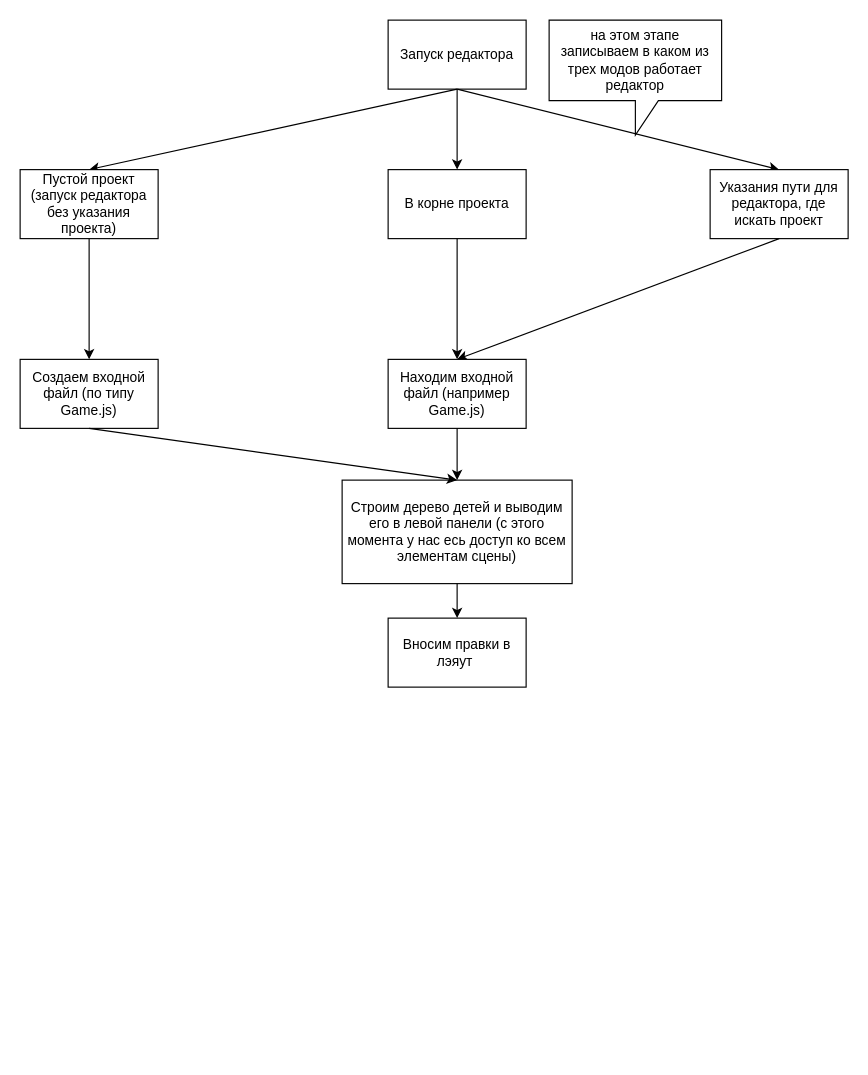
Above: General flow.drawio in MatthewKarpenko/LayoutEditor-diagrams (draw.io), before the change. Source tidied: cells renumbered, new cells numbered last; positions are measured from the earlier drawing's top-left corner, leaving out a move shared by most shapes. Both pictures are drawn from the tidied source at 115%, with x=0, y=0 at pixel (20, 20).
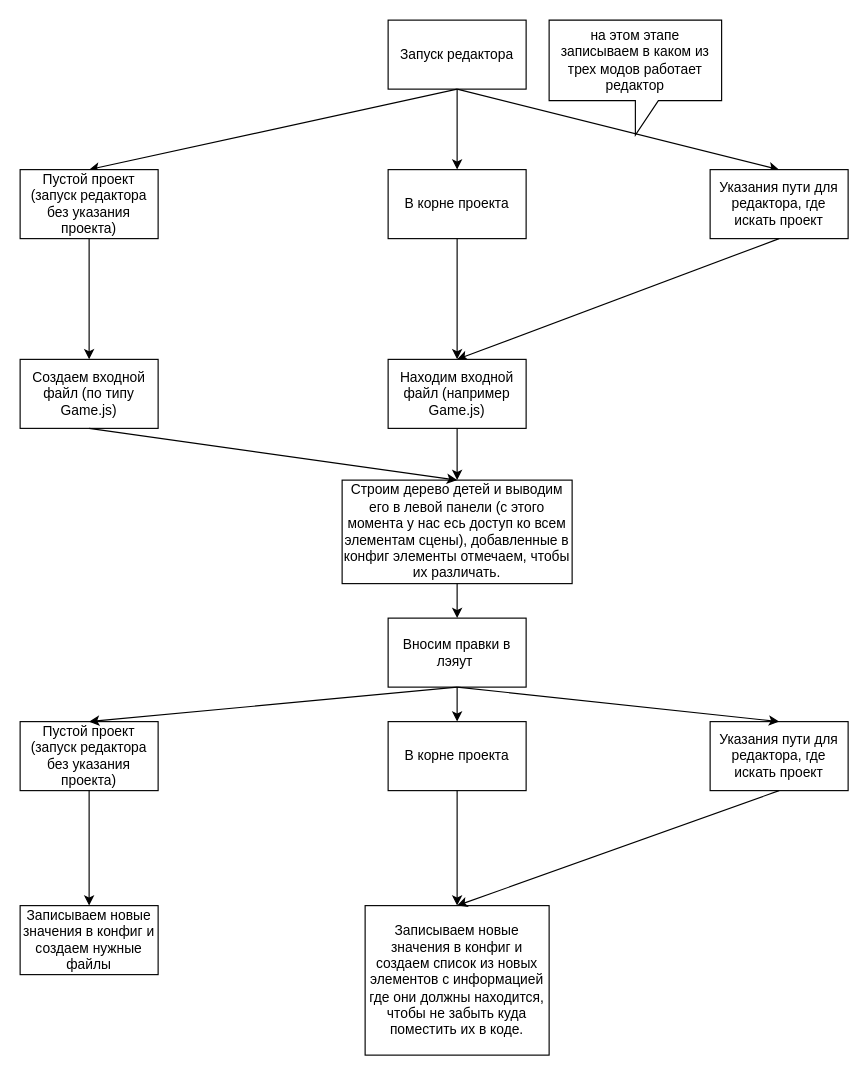
The same page after the edit.

The change refers to these unchanged cells:
```xml
<mxCell id="18" value="Вносим правки в лэяут&amp;nbsp;" style="rounded=0;whiteSpace=wrap;html=1;" parent="1" vertex="1">
  <mxGeometry x="320" y="520" width="120" height="60" as="geometry" />
</mxCell>
```

Diff of the diagram source:
```diff
@@
-    <mxCell id="15" value="Строим дерево детей и выводим его в левой панели (с этого момента у нас есь доступ ко всем элементам сцены)" style="rounded=0;whiteSpace=wrap;html=1;" parent="1" vertex="1">
+    <mxCell id="15" value="Строим дерево детей и выводим его в левой панели (с этого момента у нас есь доступ ко всем элементам сцены), добавленные в конфиг элементы отмечаем, чтобы их различать." style="rounded=0;whiteSpace=wrap;html=1;" parent="1" vertex="1">
       <mxGeometry x="280" y="400" width="200" height="90" as="geometry" />
     </mxCell>
@@
+    <mxCell id="20" style="edgeStyle=orthogonalEdgeStyle;rounded=0;jettySize=auto;html=1;exitX=0.5;exitY=1;exitDx=0;exitDy=0;entryX=0.5;entryY=0;entryDx=0;entryDy=0;" parent="1" edge="1" source="18" target="21">
+      <mxGeometry relative="1" as="geometry" />
+    </mxCell>
@@
+    <mxCell id="21" value="В корне проекта" style="rounded=0;whiteSpace=wrap;html=1;" parent="1" vertex="1">
+      <mxGeometry x="320" y="610" width="120" height="60" as="geometry" />
+    </mxCell>
+    <mxCell id="22" value="Пустой проект (запуск редактора без указания проекта)" style="rounded=0;whiteSpace=wrap;html=1;" parent="1" vertex="1">
+      <mxGeometry y="610" width="120" height="60" as="geometry" />
+    </mxCell>
+    <mxCell id="23" value="Указания пути для редактора, где искать проект" style="rounded=0;whiteSpace=wrap;html=1;" parent="1" vertex="1">
+      <mxGeometry x="600" y="610" width="120" height="60" as="geometry" />
+    </mxCell>
+    <mxCell id="24" style="endArrow=classic;html=1;exitX=0.5;exitY=1;exitDx=0;exitDy=0;entryX=0.5;entryY=0;entryDx=0;entryDy=0;" parent="1" edge="1" source="18" target="23">
+      <mxGeometry relative="1" as="geometry" />
+    </mxCell>
+    <mxCell id="25" style="endArrow=classic;html=1;entryX=0.5;entryY=0;entryDx=0;entryDy=0;exitX=0.5;exitY=1;exitDx=0;exitDy=0;" parent="1" edge="1" source="18" target="22">
+      <mxGeometry relative="1" as="geometry" />
+    </mxCell>
+    <mxCell id="26" value="Записываем новые значения в конфиг и создаем список из новых элементов с информацией где они должны находится, чтобы не забыть куда поместить их в коде." style="rounded=0;whiteSpace=wrap;html=1;" parent="1" vertex="1">
+      <mxGeometry x="300" y="770" width="160" height="130" as="geometry" />
+    </mxCell>
+    <mxCell id="27" value="Записываем новые значения в конфиг и создаем нужные файлы" style="rounded=0;whiteSpace=wrap;html=1;" parent="1" vertex="1">
+      <mxGeometry y="770" width="120" height="60" as="geometry" />
+    </mxCell>
+    <mxCell id="28" style="endArrow=classic;html=1;exitX=0.5;exitY=1;exitDx=0;exitDy=0;entryX=0.5;entryY=0;entryDx=0;entryDy=0;" parent="1" edge="1" source="22" target="27">
+      <mxGeometry relative="1" as="geometry" />
+    </mxCell>
+    <mxCell id="29" style="endArrow=classic;html=1;entryX=0.5;entryY=0;entryDx=0;entryDy=0;exitX=0.5;exitY=1;exitDx=0;exitDy=0;" parent="1" edge="1" source="23" target="26">
+      <mxGeometry relative="1" as="geometry" />
+    </mxCell>
+    <mxCell id="30" style="endArrow=classic;html=1;exitX=0.5;exitY=1;exitDx=0;exitDy=0;entryX=0.5;entryY=0;entryDx=0;entryDy=0;" parent="1" edge="1" source="21" target="26">
+      <mxGeometry relative="1" as="geometry" />
+    </mxCell>
```
